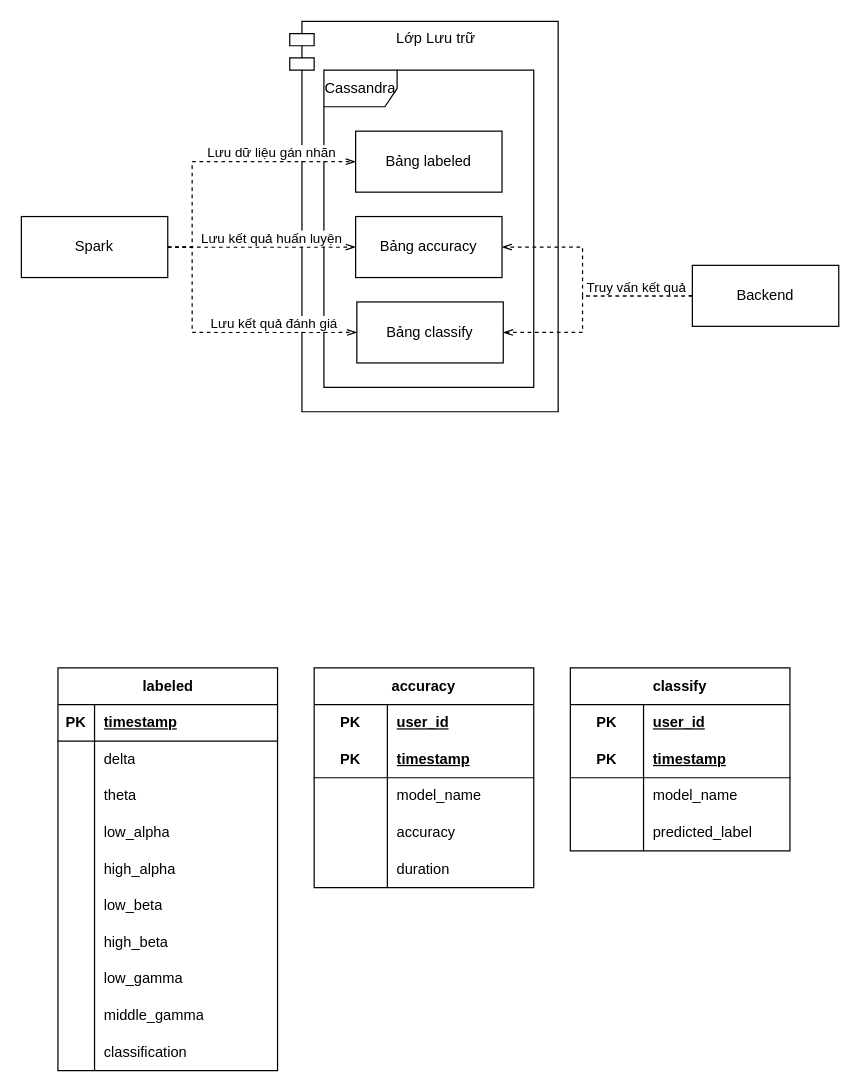
This is page "Storage Layer" (11 of 11) of Diagrams.drawio from DuyPh4m/DATN, a draw.io file, before an edit. Source tidied: cells renumbered, new cells numbered last; positions are measured from the earlier drawing's top-left corner, leaving out a move shared by most shapes. Both pictures are drawn from the tidied source at 122%, with x=0, y=0 at pixel (21, 21).
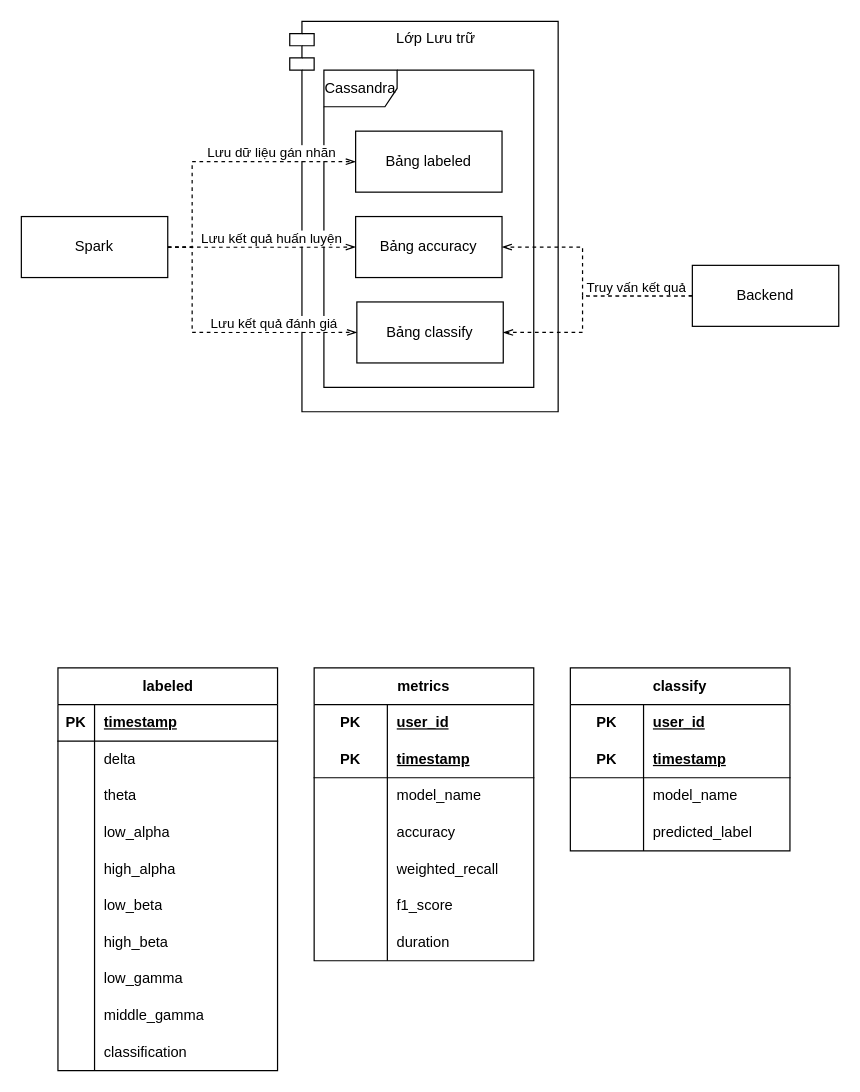
Above is the later version.

Commit message:
update table schema

The change refers to these unchanged cells:
```xml
<mxCell id="75" style="shape=tableRow;horizontal=0;startSize=0;swimlaneHead=0;swimlaneBody=0;fillColor=none;top=0;left=0;right=0;bottom=0;html=1;" parent="62" vertex="1">
  <mxGeometry y="150" width="180" height="30" as="geometry" />
</mxCell>
```

Diff of the diagram source:
```diff
@@
-    <mxCell id="62" value="accuracy" style="shape=table;startSize=30;childLayout=tableLayout;rowLines=0;fontStyle=1;align=center;html=1;whiteSpace=wrap;" parent="1" vertex="1">
-      <mxGeometry x="240" y="530" width="180" height="180" as="geometry" />
+    <mxCell id="62" value="metrics" style="shape=table;startSize=30;childLayout=tableLayout;rowLines=0;fontStyle=1;align=center;html=1;whiteSpace=wrap;" parent="1" vertex="1">
+      <mxGeometry x="240" y="530" width="180" height="240" as="geometry" />
     </mxCell>
@@
-    <mxCell id="77" value="duration" style="shape=partialRectangle;fillColor=none;top=0;left=0;bottom=0;right=0;align=left;spacingLeft=6;overflow=hidden;html=1;whiteSpace=wrap;" parent="75" vertex="1">
+    <mxCell id="77" value="&lt;div&gt;weighted_recall&lt;/div&gt;" style="shape=partialRectangle;fillColor=none;top=0;left=0;bottom=0;right=0;align=left;spacingLeft=6;overflow=hidden;html=1;whiteSpace=wrap;" parent="75" vertex="1">
       <mxGeometry x="60" width="120" height="30" as="geometry" />
     </mxCell>
+    <mxCell id="78" style="shape=tableRow;horizontal=0;startSize=0;swimlaneHead=0;swimlaneBody=0;fillColor=none;top=0;left=0;right=0;bottom=0;html=1;" parent="62" vertex="1">
+      <mxGeometry y="180" width="180" height="30" as="geometry" />
+    </mxCell>
+    <mxCell id="79" style="shape=partialRectangle;fillColor=none;top=0;left=0;bottom=0;right=0;overflow=hidden;html=1;whiteSpace=wrap;" parent="78" vertex="1">
+      <mxGeometry width="60" height="30" as="geometry" />
+    </mxCell>
+    <mxCell id="80" value="f1_score" style="shape=partialRectangle;fillColor=none;top=0;left=0;bottom=0;right=0;align=left;spacingLeft=6;overflow=hidden;html=1;whiteSpace=wrap;" parent="78" vertex="1">
+      <mxGeometry x="60" width="120" height="30" as="geometry" />
+    </mxCell>
+    <mxCell id="81" style="shape=tableRow;horizontal=0;startSize=0;swimlaneHead=0;swimlaneBody=0;fillColor=none;top=0;left=0;right=0;bottom=0;html=1;" parent="62" vertex="1">
+      <mxGeometry y="210" width="180" height="30" as="geometry" />
+    </mxCell>
+    <mxCell id="82" style="shape=partialRectangle;fillColor=none;top=0;left=0;bottom=0;right=0;overflow=hidden;html=1;whiteSpace=wrap;" parent="81" vertex="1">
+      <mxGeometry width="60" height="30" as="geometry" />
+    </mxCell>
+    <mxCell id="83" value="duration" style="shape=partialRectangle;fillColor=none;top=0;left=0;bottom=0;right=0;align=left;spacingLeft=6;overflow=hidden;html=1;whiteSpace=wrap;" parent="81" vertex="1">
+      <mxGeometry x="60" width="120" height="30" as="geometry" />
+    </mxCell>
```
